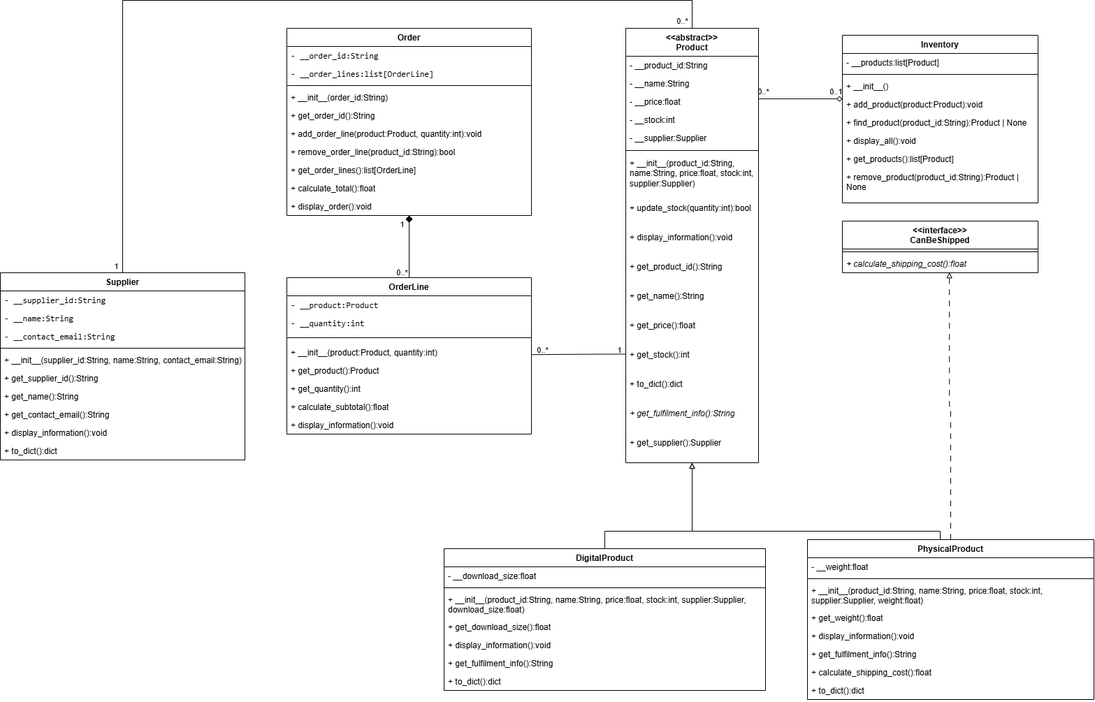
Before: uml_class_diagram.png, a diagram exported from draw.io (Kelvin9300/INF1103-lab2). Source tidied: cells renumbered, new cells last; positions are measured from the earlier drawing's top-left corner, leaving out a move shared by most shapes.
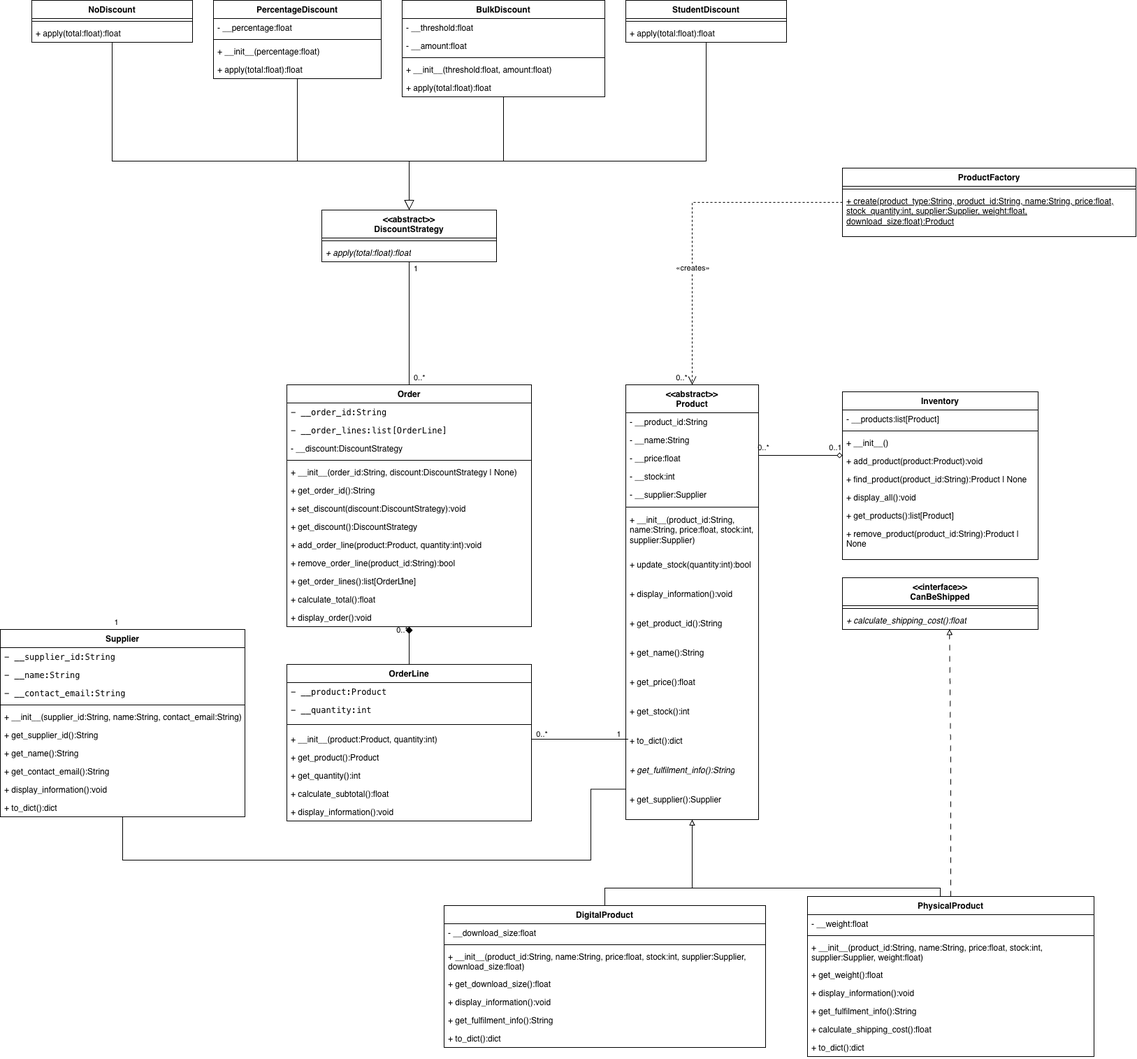
Later version of the same file.

Commit message:
Updated UML diagram for Lab 9

What changed in the source:
```diff
@@ -83,7 +83,7 @@
     </mxCell>
     <mxCell id="24" value="1" style="edgeLabel;html=1;align=center;verticalAlign=middle;inheritText=1;defaultLabelBackgroundColor=page;" parent="19" vertex="1">
       <mxGeometry x="0.92" y="-1" relative="1" as="geometry">
-        <mxPoint x="-201" y="360" as="offset" />
+        <mxPoint x="-201" y="399" as="offset" />
       </mxGeometry>
     </mxCell>
     <mxCell id="25" value="0..*" style="edgeLabel;html=1;align=center;verticalAlign=middle;inheritText=1;defaultLabelBackgroundColor=page;" parent="19" vertex="1">
@@ -98,7 +98,7 @@
     </mxCell>
     <mxCell id="27" value="0..*" style="edgeLabel;html=1;align=center;verticalAlign=middle;inheritText=1;defaultLabelBackgroundColor=page;" parent="19" vertex="1">
       <mxGeometry x="0.92" y="-1" relative="1" as="geometry">
-        <mxPoint x="-311" y="360" as="offset" />
+        <mxPoint x="-311" y="399" as="offset" />
       </mxGeometry>
     </mxCell>
     <mxCell id="28" value="Inventory" style="swimlane;fontStyle=1;align=center;verticalAlign=top;horizontal=1;startSize=26;whiteSpace=wrap;html=1;" parent="1" vertex="1">
@@ -207,11 +207,12 @@
     <mxCell id="59" style="edgeStyle=orthogonalEdgeStyle;rounded=0;jettySize=auto;html=1;entryX=0.547;entryY=0.973;entryDx=0;entryDy=0;entryPerimeter=0;defaultLabelBackgroundColor=page;dashed=1;dashPattern=8 8;endArrow=block;endFill=0;" parent="1" edge="1" source="40" target="39">
       <mxGeometry relative="1" as="geometry" />
     </mxCell>
-    <mxCell id="60" style="edgeStyle=orthogonalEdgeStyle;rounded=0;jettySize=auto;html=1;fontSize=12;defaultLabelBackgroundColor=page;labelPadding=0 4;startSize=8;endSize=8;entryX=0.5;entryY=0;entryDx=0;entryDy=0;exitX=0.5;exitY=0;exitDx=0;exitDy=0;endArrow=none;endFill=0;" parent="1" edge="1" source="61" target="2">
+    <mxCell id="60" style="edgeStyle=orthogonalEdgeStyle;rounded=0;jettySize=auto;html=1;endArrow=none;endFill=0;startArrow=none;exitX=0.5;exitY=1;exitDx=0;exitDy=0;entryX=0;entryY=0.93;entryDx=0;entryDy=0;" parent="1" edge="1" source="61" target="2">
       <mxGeometry x="-0.01" relative="1" as="geometry">
         <Array as="points">
-          <mxPoint x="175" />
-          <mxPoint x="990" />
+          <mxPoint x="175" y="720" />
+          <mxPoint x="845" y="720" />
+          <mxPoint x="845" y="618" />
         </Array>
       </mxGeometry>
     </mxCell>
@@ -251,15 +252,8 @@
     <mxCell id="72" style="edgeStyle=none;curved=1;rounded=0;curveGeometry=1;jettySize=auto;html=1;entryX=0.5;entryY=1;entryDx=0;entryDy=0;fontSize=12;defaultLabelBackgroundColor=page;labelPadding=0 4;startSize=8;endSize=8;endArrow=diamond;endFill=1;" parent="1" edge="1" source="74" target="83">
       <mxGeometry relative="1" as="geometry" />
     </mxCell>
-    <mxCell id="73" style="edgeStyle=none;curved=1;rounded=0;curveGeometry=1;jettySize=auto;html=1;entryX=0;entryY=0.75;entryDx=0;entryDy=0;fontSize=12;defaultLabelBackgroundColor=page;labelPadding=0 4;startSize=8;endSize=8;endArrow=none;endFill=0;" parent="1" edge="1" source="74" target="2">
-      <mxGeometry x="0.01" relative="1" as="geometry">
-        <Array as="points">
-          <mxPoint x="835" y="506.5" />
-        </Array>
-      </mxGeometry>
-    </mxCell>
     <mxCell id="74" value="OrderLine" style="swimlane;fontStyle=1;align=center;verticalAlign=top;horizontal=1;startSize=26;whiteSpace=wrap;html=1;" parent="1" vertex="1">
-      <mxGeometry x="410" y="397" width="350" height="224" as="geometry" />
+      <mxGeometry x="410" y="440" width="350" height="224" as="geometry" />
     </mxCell>
     <mxCell id="75" value="&lt;code dir=&quot;ltr&quot;&gt;- __product:Product&lt;/code&gt;" style="text;strokeColor=none;fillColor=none;align=left;verticalAlign=top;spacingLeft=4;spacingRight=4;overflow=hidden;whiteSpace=wrap;html=1;" parent="74" vertex="1">
       <mxGeometry y="26" width="350" height="26" as="geometry" />
@@ -286,7 +280,7 @@
       <mxGeometry y="198" width="350" height="26" as="geometry" />
     </mxCell>
     <mxCell id="83" value="Order" style="swimlane;fontStyle=1;align=center;verticalAlign=top;horizontal=1;startSize=26;whiteSpace=wrap;html=1;" parent="1" vertex="1">
-      <mxGeometry x="410" y="40" width="350" height="268" as="geometry" />
+      <mxGeometry x="410" y="40" width="350" height="346" as="geometry" />
     </mxCell>
     <mxCell id="84" value="&lt;code dir=&quot;ltr&quot;&gt;- __order_id:String&lt;/code&gt;" style="text;strokeColor=none;fillColor=none;align=left;verticalAlign=top;spacingLeft=4;spacingRight=4;overflow=hidden;whiteSpace=wrap;html=1;" parent="83" vertex="1">
       <mxGeometry y="26" width="350" height="26" as="geometry" />
@@ -294,29 +288,165 @@
     <mxCell id="85" value="&lt;code dir=&quot;ltr&quot;&gt;- __order_lines:list[OrderLine]&lt;/code&gt;" style="text;strokeColor=none;fillColor=none;align=left;verticalAlign=top;spacingLeft=4;spacingRight=4;overflow=hidden;whiteSpace=wrap;html=1;" parent="83" vertex="1">
       <mxGeometry y="52" width="350" height="26" as="geometry" />
     </mxCell>
+    <mxCell id="94" value="- __discount:DiscountStrategy" style="text;strokeColor=none;fillColor=none;align=left;verticalAlign=top;spacingLeft=4;spacingRight=4;overflow=hidden;whiteSpace=wrap;html=1;" parent="83" vertex="1">
+      <mxGeometry y="78" width="350" height="26" as="geometry" />
+    </mxCell>
     <mxCell id="86" style="line;strokeWidth=1;fillColor=none;align=left;verticalAlign=middle;spacingTop=-1;spacingLeft=3;spacingRight=3;labelPosition=right;strokeColor=inherit;labelPerimeter=1;" parent="83" vertex="1">
-      <mxGeometry y="78" width="350" height="8" as="geometry" />
+      <mxGeometry y="104" width="350" height="8" as="geometry" />
     </mxCell>
-    <mxCell id="87" value="+ __init__(order_id:String)" style="text;strokeColor=none;fillColor=none;align=left;verticalAlign=top;spacingLeft=4;spacingRight=4;overflow=hidden;whiteSpace=wrap;html=1;" parent="83" vertex="1">
-      <mxGeometry y="86" width="350" height="26" as="geometry" />
+    <mxCell id="87" value="+ __init__(order_id:String, discount:DiscountStrategy | None)" style="text;strokeColor=none;fillColor=none;align=left;verticalAlign=top;spacingLeft=4;spacingRight=4;overflow=hidden;whiteSpace=wrap;html=1;" parent="83" vertex="1">
+      <mxGeometry y="112" width="350" height="26" as="geometry" />
     </mxCell>
     <mxCell id="88" value="+ get_order_id():String" style="text;strokeColor=none;fillColor=none;align=left;verticalAlign=top;spacingLeft=4;spacingRight=4;overflow=hidden;whiteSpace=wrap;html=1;" parent="83" vertex="1">
-      <mxGeometry y="112" width="350" height="26" as="geometry" />
+      <mxGeometry y="138" width="350" height="26" as="geometry" />
     </mxCell>
+    <mxCell id="95" value="+ set_discount(discount:DiscountStrategy):void" style="text;strokeColor=none;fillColor=none;align=left;verticalAlign=top;spacingLeft=4;spacingRight=4;overflow=hidden;whiteSpace=wrap;html=1;" parent="83" vertex="1">
+      <mxGeometry y="164" width="350" height="26" as="geometry" />
+    </mxCell>
+    <mxCell id="96" value="+ get_discount():DiscountStrategy" style="text;strokeColor=none;fillColor=none;align=left;verticalAlign=top;spacingLeft=4;spacingRight=4;overflow=hidden;whiteSpace=wrap;html=1;" parent="83" vertex="1">
+      <mxGeometry y="190" width="350" height="26" as="geometry" />
+    </mxCell>
     <mxCell id="89" value="+ add_order_line(product:Product, quantity:int):void" style="text;strokeColor=none;fillColor=none;align=left;verticalAlign=top;spacingLeft=4;spacingRight=4;overflow=hidden;whiteSpace=wrap;html=1;" parent="83" vertex="1">
-      <mxGeometry y="138" width="350" height="26" as="geometry" />
+      <mxGeometry y="216" width="350" height="26" as="geometry" />
     </mxCell>
     <mxCell id="90" value="+ remove_order_line(product_id:String):bool" style="text;strokeColor=none;fillColor=none;align=left;verticalAlign=top;spacingLeft=4;spacingRight=4;overflow=hidden;whiteSpace=wrap;html=1;" parent="83" vertex="1">
-      <mxGeometry y="164" width="350" height="26" as="geometry" />
+      <mxGeometry y="242" width="350" height="26" as="geometry" />
     </mxCell>
     <mxCell id="91" value="+ get_order_lines():list[OrderLine]" style="text;strokeColor=none;fillColor=none;align=left;verticalAlign=top;spacingLeft=4;spacingRight=4;overflow=hidden;whiteSpace=wrap;html=1;" parent="83" vertex="1">
-      <mxGeometry y="190" width="350" height="26" as="geometry" />
+      <mxGeometry y="268" width="350" height="26" as="geometry" />
     </mxCell>
     <mxCell id="92" value="+ calculate_total():float" style="text;strokeColor=none;fillColor=none;align=left;verticalAlign=top;spacingLeft=4;spacingRight=4;overflow=hidden;whiteSpace=wrap;html=1;" parent="83" vertex="1">
-      <mxGeometry y="216" width="350" height="26" as="geometry" />
+      <mxGeometry y="294" width="350" height="26" as="geometry" />
     </mxCell>
     <mxCell id="93" value="+ display_order():void" style="text;strokeColor=none;fillColor=none;align=left;verticalAlign=top;spacingLeft=4;spacingRight=4;overflow=hidden;whiteSpace=wrap;html=1;" parent="83" vertex="1">
-      <mxGeometry y="242" width="350" height="26" as="geometry" />
+      <mxGeometry y="320" width="350" height="26" as="geometry" />
     </mxCell>
+    <mxCell id="97" value="&amp;lt;&amp;lt;abstract&amp;gt;&amp;gt;&lt;div&gt;DiscountStrategy&lt;/div&gt;" style="swimlane;fontStyle=1;align=center;verticalAlign=top;horizontal=1;startSize=40;whiteSpace=wrap;html=1;" parent="1" vertex="1">
+      <mxGeometry x="460" y="-210" width="250" height="74" as="geometry" />
+    </mxCell>
+    <mxCell id="98" style="line;strokeWidth=1;fillColor=none;align=left;verticalAlign=middle;spacingTop=-1;spacingLeft=3;spacingRight=3;labelPosition=right;strokeColor=inherit;labelPerimeter=1;" parent="97" vertex="1">
+      <mxGeometry y="40" width="250" height="8" as="geometry" />
+    </mxCell>
+    <mxCell id="99" value="&lt;i&gt;+ apply(total:float):float&lt;/i&gt;" style="text;strokeColor=none;fillColor=none;align=left;verticalAlign=top;spacingLeft=4;spacingRight=4;overflow=hidden;whiteSpace=wrap;html=1;" parent="97" vertex="1">
+      <mxGeometry y="48" width="250" height="26" as="geometry" />
+    </mxCell>
+    <mxCell id="100" value="NoDiscount" style="swimlane;fontStyle=1;align=center;verticalAlign=top;horizontal=1;startSize=26;whiteSpace=wrap;html=1;" parent="1" vertex="1">
+      <mxGeometry x="45" y="-510" width="230" height="60" as="geometry" />
+    </mxCell>
+    <mxCell id="101" style="line;strokeWidth=1;fillColor=none;align=left;verticalAlign=middle;spacingTop=-1;spacingLeft=3;spacingRight=3;labelPosition=right;strokeColor=inherit;labelPerimeter=1;" parent="100" vertex="1">
+      <mxGeometry y="26" width="230" height="8" as="geometry" />
+    </mxCell>
+    <mxCell id="102" value="+ apply(total:float):float" style="text;strokeColor=none;fillColor=none;align=left;verticalAlign=top;spacingLeft=4;spacingRight=4;overflow=hidden;whiteSpace=wrap;html=1;" parent="100" vertex="1">
+      <mxGeometry y="34" width="230" height="26" as="geometry" />
+    </mxCell>
+    <mxCell id="103" style="edgeStyle=orthogonalEdgeStyle;rounded=0;jettySize=auto;html=1;endArrow=block;endFill=0;endSize=12;exitX=0.5;exitY=1;exitDx=0;exitDy=0;entryX=0.5;entryY=0;entryDx=0;entryDy=0;" parent="1" edge="1" source="100" target="97">
+      <mxGeometry relative="1" as="geometry">
+        <Array as="points">
+          <mxPoint x="160" y="-280" />
+          <mxPoint x="585" y="-280" />
+        </Array>
+      </mxGeometry>
+    </mxCell>
+    <mxCell id="104" value="PercentageDiscount" style="swimlane;fontStyle=1;align=center;verticalAlign=top;horizontal=1;startSize=26;whiteSpace=wrap;html=1;" parent="1" vertex="1">
+      <mxGeometry x="305" y="-510" width="240" height="112" as="geometry" />
+    </mxCell>
+    <mxCell id="105" value="- __percentage:float" style="text;strokeColor=none;fillColor=none;align=left;verticalAlign=top;spacingLeft=4;spacingRight=4;overflow=hidden;whiteSpace=wrap;html=1;" parent="104" vertex="1">
+      <mxGeometry y="26" width="240" height="26" as="geometry" />
+    </mxCell>
+    <mxCell id="106" style="line;strokeWidth=1;fillColor=none;align=left;verticalAlign=middle;spacingTop=-1;spacingLeft=3;spacingRight=3;labelPosition=right;strokeColor=inherit;labelPerimeter=1;" parent="104" vertex="1">
+      <mxGeometry y="52" width="240" height="8" as="geometry" />
+    </mxCell>
+    <mxCell id="107" value="+ __init__(percentage:float)" style="text;strokeColor=none;fillColor=none;align=left;verticalAlign=top;spacingLeft=4;spacingRight=4;overflow=hidden;whiteSpace=wrap;html=1;" parent="104" vertex="1">
+      <mxGeometry y="60" width="240" height="26" as="geometry" />
+    </mxCell>
+    <mxCell id="108" value="+ apply(total:float):float" style="text;strokeColor=none;fillColor=none;align=left;verticalAlign=top;spacingLeft=4;spacingRight=4;overflow=hidden;whiteSpace=wrap;html=1;" parent="104" vertex="1">
+      <mxGeometry y="86" width="240" height="26" as="geometry" />
+    </mxCell>
+    <mxCell id="109" style="edgeStyle=orthogonalEdgeStyle;rounded=0;jettySize=auto;html=1;endArrow=block;endFill=0;endSize=12;exitX=0.5;exitY=1;exitDx=0;exitDy=0;entryX=0.5;entryY=0;entryDx=0;entryDy=0;" parent="1" edge="1" source="104" target="97">
+      <mxGeometry relative="1" as="geometry">
+        <Array as="points">
+          <mxPoint x="425" y="-280" />
+          <mxPoint x="585" y="-280" />
+        </Array>
+      </mxGeometry>
+    </mxCell>
+    <mxCell id="110" value="BulkDiscount" style="swimlane;fontStyle=1;align=center;verticalAlign=top;horizontal=1;startSize=26;whiteSpace=wrap;html=1;" parent="1" vertex="1">
+      <mxGeometry x="575" y="-510" width="290" height="138" as="geometry" />
+    </mxCell>
+    <mxCell id="111" value="- __threshold:float" style="text;strokeColor=none;fillColor=none;align=left;verticalAlign=top;spacingLeft=4;spacingRight=4;overflow=hidden;whiteSpace=wrap;html=1;" parent="110" vertex="1">
+      <mxGeometry y="26" width="290" height="26" as="geometry" />
+    </mxCell>
+    <mxCell id="112" value="- __amount:float" style="text;strokeColor=none;fillColor=none;align=left;verticalAlign=top;spacingLeft=4;spacingRight=4;overflow=hidden;whiteSpace=wrap;html=1;" parent="110" vertex="1">
+      <mxGeometry y="52" width="290" height="26" as="geometry" />
+    </mxCell>
+    <mxCell id="113" style="line;strokeWidth=1;fillColor=none;align=left;verticalAlign=middle;spacingTop=-1;spacingLeft=3;spacingRight=3;labelPosition=right;strokeColor=inherit;labelPerimeter=1;" parent="110" vertex="1">
+      <mxGeometry y="78" width="290" height="8" as="geometry" />
+    </mxCell>
+    <mxCell id="114" value="+ __init__(threshold:float, amount:float)" style="text;strokeColor=none;fillColor=none;align=left;verticalAlign=top;spacingLeft=4;spacingRight=4;overflow=hidden;whiteSpace=wrap;html=1;" parent="110" vertex="1">
+      <mxGeometry y="86" width="290" height="26" as="geometry" />
+    </mxCell>
+    <mxCell id="115" value="+ apply(total:float):float" style="text;strokeColor=none;fillColor=none;align=left;verticalAlign=top;spacingLeft=4;spacingRight=4;overflow=hidden;whiteSpace=wrap;html=1;" parent="110" vertex="1">
+      <mxGeometry y="112" width="290" height="26" as="geometry" />
+    </mxCell>
+    <mxCell id="116" style="edgeStyle=orthogonalEdgeStyle;rounded=0;jettySize=auto;html=1;endArrow=block;endFill=0;endSize=12;exitX=0.5;exitY=1;exitDx=0;exitDy=0;entryX=0.5;entryY=0;entryDx=0;entryDy=0;" parent="1" edge="1" source="110" target="97">
+      <mxGeometry relative="1" as="geometry">
+        <Array as="points">
+          <mxPoint x="720" y="-280" />
+          <mxPoint x="585" y="-280" />
+        </Array>
+      </mxGeometry>
+    </mxCell>
+    <mxCell id="117" value="StudentDiscount" style="swimlane;fontStyle=1;align=center;verticalAlign=top;horizontal=1;startSize=26;whiteSpace=wrap;html=1;" parent="1" vertex="1">
+      <mxGeometry x="895" y="-510" width="230" height="60" as="geometry" />
+    </mxCell>
+    <mxCell id="118" style="line;strokeWidth=1;fillColor=none;align=left;verticalAlign=middle;spacingTop=-1;spacingLeft=3;spacingRight=3;labelPosition=right;strokeColor=inherit;labelPerimeter=1;" parent="117" vertex="1">
+      <mxGeometry y="26" width="230" height="8" as="geometry" />
+    </mxCell>
+    <mxCell id="119" value="+ apply(total:float):float" style="text;strokeColor=none;fillColor=none;align=left;verticalAlign=top;spacingLeft=4;spacingRight=4;overflow=hidden;whiteSpace=wrap;html=1;" parent="117" vertex="1">
+      <mxGeometry y="34" width="230" height="26" as="geometry" />
+    </mxCell>
+    <mxCell id="120" style="edgeStyle=orthogonalEdgeStyle;rounded=0;jettySize=auto;html=1;endArrow=block;endFill=0;endSize=12;exitX=0.5;exitY=1;exitDx=0;exitDy=0;entryX=0.5;entryY=0;entryDx=0;entryDy=0;" parent="1" edge="1" source="117" target="97">
+      <mxGeometry relative="1" as="geometry">
+        <Array as="points">
+          <mxPoint x="1010" y="-280" />
+          <mxPoint x="585" y="-280" />
+        </Array>
+      </mxGeometry>
+    </mxCell>
+    <mxCell id="121" style="edgeStyle=orthogonalEdgeStyle;rounded=0;jettySize=auto;html=1;endArrow=none;startArrow=none;exitX=0.5;exitY=0;exitDx=0;exitDy=0;entryX=0.5;entryY=1;entryDx=0;entryDy=0;" parent="1" edge="1" source="83" target="97">
+      <mxGeometry relative="1" as="geometry" />
+    </mxCell>
+    <mxCell id="122" value="0..*" style="edgeLabel;html=1;align=left;verticalAlign=bottom;labelBackgroundColor=default;" parent="121" vertex="1">
+      <mxGeometry x="-1" relative="1" as="geometry">
+        <mxPoint x="5" y="-2" as="offset" />
+      </mxGeometry>
+    </mxCell>
+    <mxCell id="123" value="1" style="edgeLabel;html=1;align=left;verticalAlign=bottom;labelBackgroundColor=default;" parent="121" vertex="1">
+      <mxGeometry x="1" relative="1" as="geometry">
+        <mxPoint x="5" y="18" as="offset" />
+      </mxGeometry>
+    </mxCell>
+    <mxCell id="124" value="ProductFactory" style="swimlane;fontStyle=1;align=center;verticalAlign=top;horizontal=1;startSize=26;whiteSpace=wrap;html=1;" parent="1" vertex="1">
+      <mxGeometry x="1205" y="-270" width="420" height="98" as="geometry" />
+    </mxCell>
+    <mxCell id="125" style="line;strokeWidth=1;fillColor=none;align=left;verticalAlign=middle;spacingTop=-1;spacingLeft=3;spacingRight=3;labelPosition=right;strokeColor=inherit;labelPerimeter=1;" parent="124" vertex="1">
+      <mxGeometry y="26" width="420" height="8" as="geometry" />
+    </mxCell>
+    <mxCell id="126" value="&lt;u&gt;+ create(product_type:String, product_id:String, name:String, price:float, stock_quantity:int, supplier:Supplier, weight:float, download_size:float):Product&lt;/u&gt;" style="text;strokeColor=none;fillColor=none;align=left;verticalAlign=top;spacingLeft=4;spacingRight=4;overflow=hidden;whiteSpace=wrap;html=1;" parent="124" vertex="1">
+      <mxGeometry y="34" width="420" height="64" as="geometry" />
+    </mxCell>
+    <mxCell id="127" style="edgeStyle=orthogonalEdgeStyle;rounded=0;jettySize=auto;html=1;dashed=1;endArrow=open;endFill=0;endSize=10;exitX=0;exitY=0.5;exitDx=0;exitDy=0;entryX=0.5;entryY=0;entryDx=0;entryDy=0;" parent="1" edge="1" source="124" target="2">
+      <mxGeometry relative="1" as="geometry">
+        <Array as="points">
+          <mxPoint x="990" y="-221" />
+        </Array>
+      </mxGeometry>
+    </mxCell>
+    <mxCell id="128" value="«creates»" style="edgeLabel;html=1;align=center;verticalAlign=middle;labelBackgroundColor=default;" parent="127" vertex="1">
+      <mxGeometry x="0.3" relative="1" as="geometry" />
+    </mxCell>
+    <mxCell id="129" style="edgeStyle=orthogonalEdgeStyle;rounded=0;jettySize=auto;html=1;entryX=0.019;entryY=0.264;entryDx=0;entryDy=0;entryPerimeter=0;defaultLabelBackgroundColor=page;labelPadding=0 4;endArrow=none;endFill=0;" parent="1" edge="1" source="78" target="16">
+      <mxGeometry x="0.02" relative="1" as="geometry" />
+    </mxCell>
   </root>
 </mxGraphModel>
```
